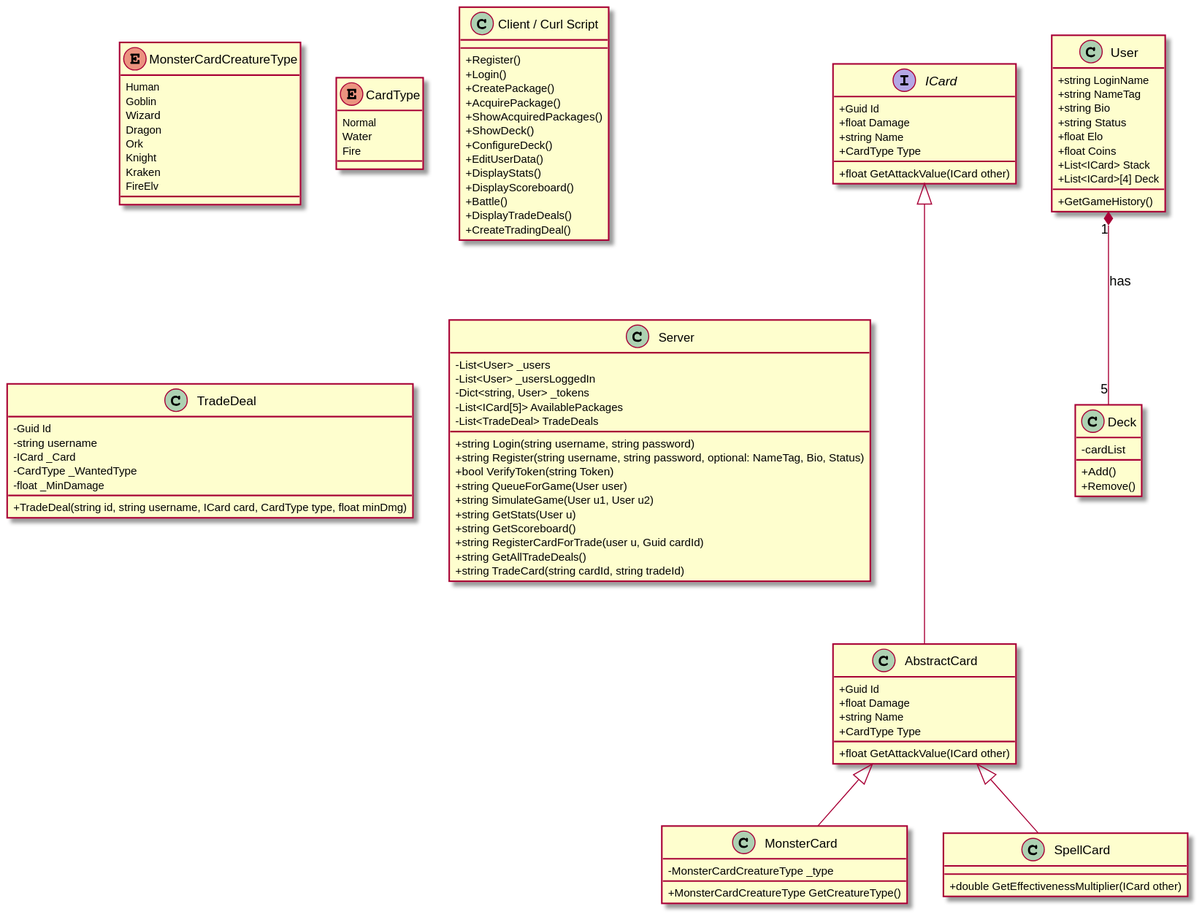
The PlantUML diagram class_diagram.svg in cellularegg/swe-mtcg, before a commit.
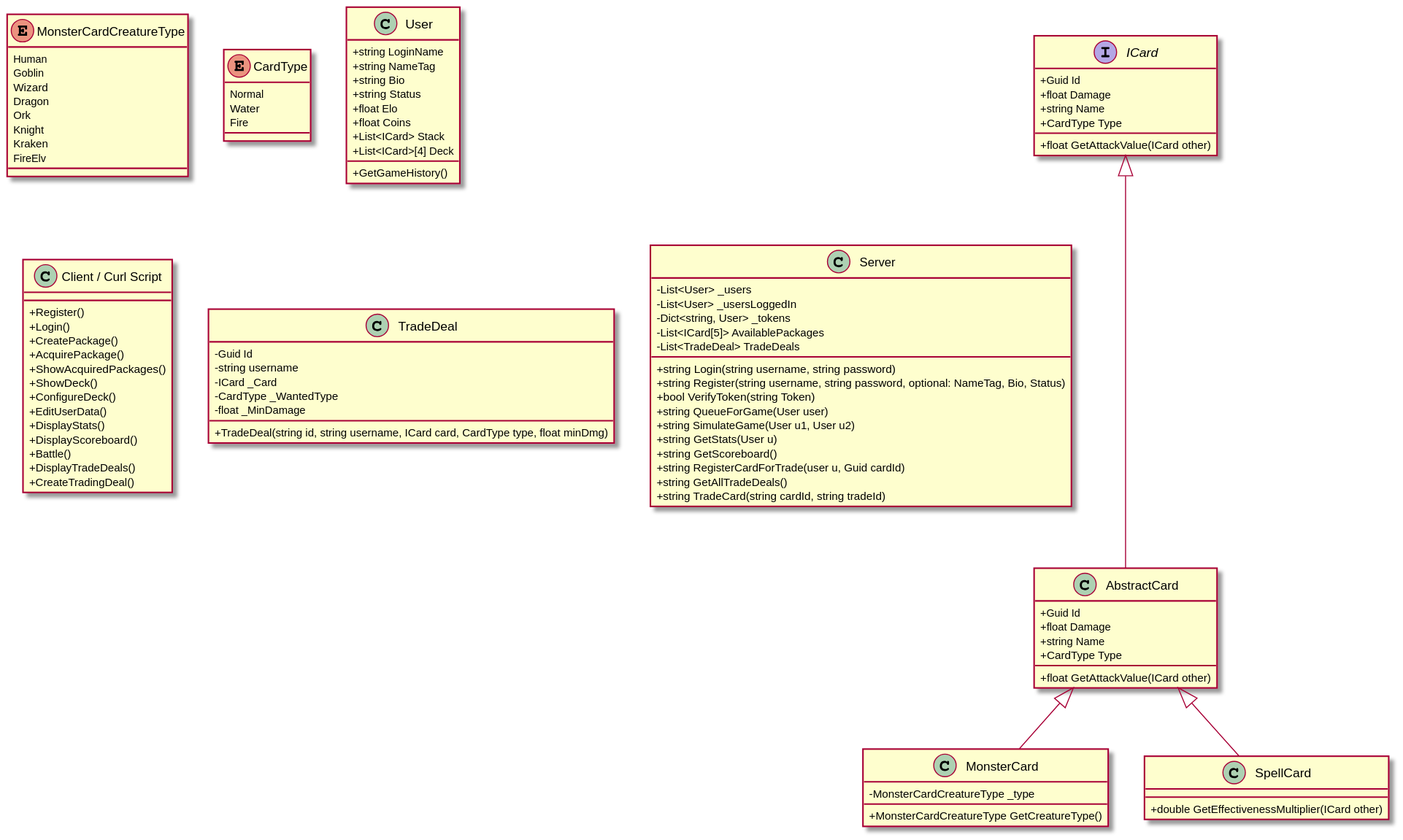
The same file after the commit.

Commit message:
Updated Class Diagram

Change to the diagram source:
```diff
@@ -55,13 +55,7 @@
  +GetGameHistory()
  +List<ICard>[4] Deck
 }
-User "1" *-- "5" Deck: has
 
-class Deck {
- -cardList
- +Add()
- +Remove()
-}
 
 class "Client / Curl Script"{
  +Register()
```
